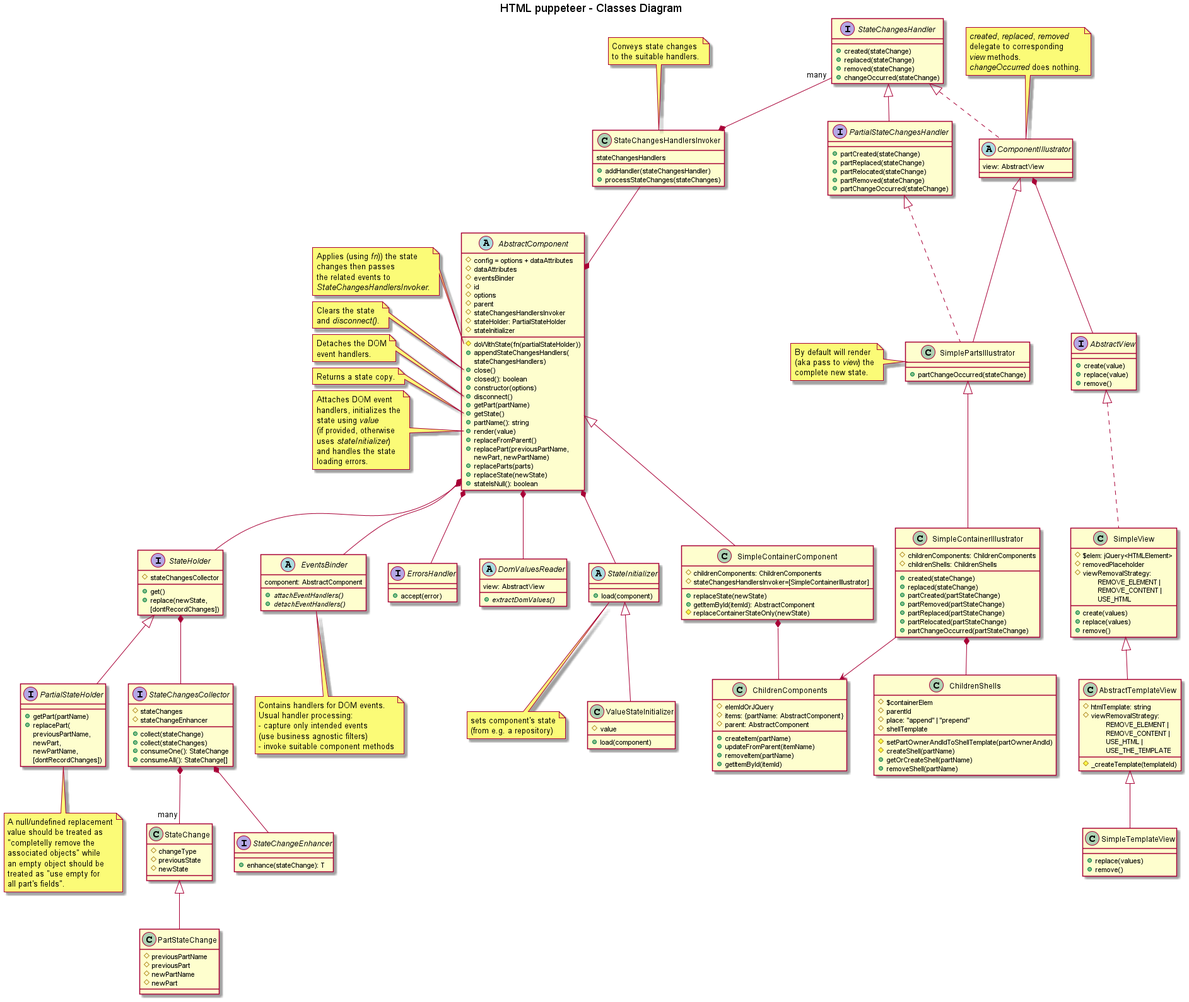
adrhc/html-puppeteer keeps this PlantUML diagram as design/classes-diagram-HTML_puppeteer___Classes_Diagram.png. Above is the earlier version.
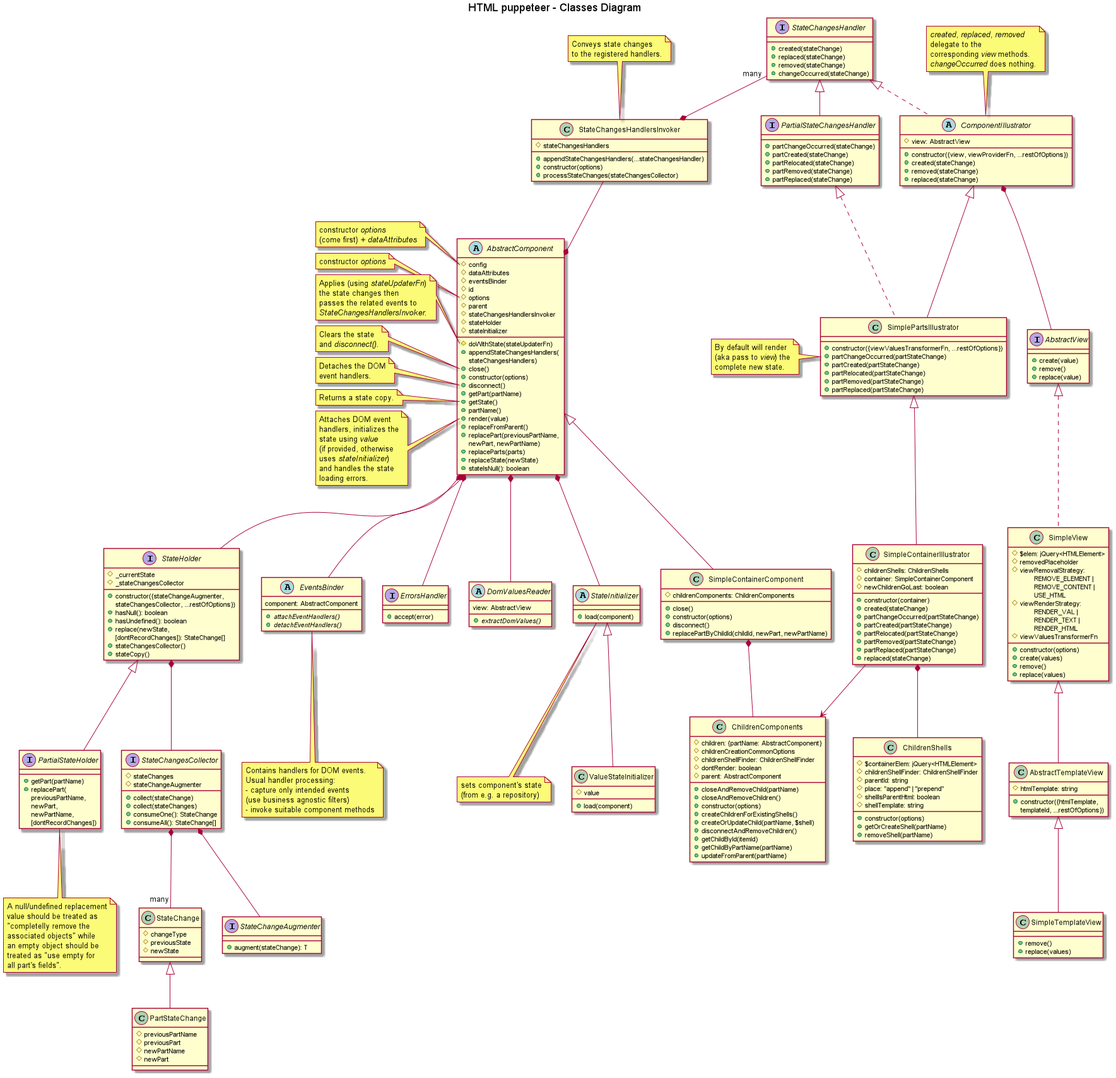
The same diagram one commit later.

The edit, as a diff of the source:
```diff
@@ -3,24 +3,23 @@
 title HTML puppeteer - Classes Diagram
 
 abstract AbstractComponent {
-  #config = options + dataAttributes
+  #config
   #dataAttributes
   #eventsBinder
   #id
   #options
   #parent
   #stateChangesHandlersInvoker
-  #stateHolder: PartialStateHolder
+  #stateHolder
   #stateInitializer
-  #doWithState(fn(partialStateHolder))
+  #doWithState(stateUpdaterFn)
   +appendStateChangesHandlers(\nstateChangesHandlers)
   +close()
-  +closed(): boolean
   +constructor(options)
   +disconnect()
   +getPart(partName)
   +getState()
-  +partName(): string
+  +partName()
   +render(value)
   +replaceFromParent()
   +replacePart(previousPartName, \nnewPart, newPartName)
@@ -33,10 +32,19 @@
 
 
 
+note left of AbstractComponent::config
+constructor <i>options</i>
+(come first) + <i>dataAttributes</i>
+end note
+
+note left of AbstractComponent::options
+constructor <i>options</i>
+end note
+
 note left of AbstractComponent::doWithState
-Applies (using <i>fn</i>)) the state
-changes then passes
-the related events to
+Applies (using <i>stateUpdaterFn</i>)
+the state changes then
+passes the related events to
 <i>StateChangesHandlersInvoker</i>.
 end note
 
@@ -67,40 +75,50 @@
 
 
 class SimpleContainerIllustrator extends SimplePartsIllustrator {
-#childrenComponents: ChildrenComponents
 #childrenShells: ChildrenShells
+#container: SimpleContainerComponent
+#newChildrenGoLast: boolean
++constructor(container)
 +created(stateChange)
-+replaced(stateChange)
++partChangeOccurred(partStateChange)
 +partCreated(partStateChange)
++partRelocated(partStateChange)
 +partRemoved(partStateChange)
 +partReplaced(partStateChange)
-+partRelocated(partStateChange)
-+partChangeOccurred(partStateChange)
++replaced(stateChange)
 }
 
-SimpleContainerIllustrator -down-> ChildrenComponents
-SimpleContainerIllustrator *-down- ChildrenShells
-
 class ChildrenShells {
-#$containerElem
-#parentId
+#$containerElem: jQuery<HTMLElement>
+#childrenShellFinder: ChildrenShellFinder
+#parentId: string
 #place: "append" | "prepend"
-#shellTemplate
-#setPartOwnerAndIdToShellTemplate(partOwnerAndId)
-#createShell(partName)
+#shellIsParentHtml: boolean
+#shellTemplate: string
++constructor(options)
 +getOrCreateShell(partName)
 +removeShell(partName)
 }
 
 class ChildrenComponents {
-#elemIdOrJQuery
-#items: {partName: AbstractComponent}
+#children: {partName: AbstractComponent}
+#childrenCreationCommonOptions
+#childrenShellFinder: ChildrenShellFinder
+#dontRender: boolean
 #parent: AbstractComponent
-+createItem(partName)
-+updateFromParent(itemName)
-+removeItem(partName)
-+getItemById(itemId)
++closeAndRemoveChild(partName)
++closeAndRemoveChildren()
++constructor(options)
++createChildrenForExistingShells()
++createOrUpdateChild(partName, $shell)
++disconnectAndRemoveChildren()
++getChildById(itemId)
++getChildByPartName(partName)
++updateFromParent(partName)
 }
+
+SimpleContainerIllustrator -down-> ChildrenComponents
+SimpleContainerIllustrator *-down- ChildrenShells
 
 abstract EventsBinder {
   component: AbstractComponent
@@ -143,13 +161,13 @@
 #newPart
 }
 
-interface StateChangeEnhancer {
-+enhance(stateChange): T
+interface StateChangeAugmenter {
++augment(stateChange): T
 }
 
 interface StateChangesCollector {
 #stateChanges
-#stateChangeEnhancer
+#stateChangeAugmenter
 +collect(stateChange)
 +collect(stateChanges)
 +consumeOne(): StateChange
@@ -157,9 +175,14 @@
 }
 
 interface StateHolder {
-+get()
-+replace(newState, \n[dontRecordChanges])
-#stateChangesCollector
+#_currentState
+#_stateChangesCollector
++constructor({stateChangeAugmenter,\nstateChangesCollector, ...restOfOptions})
++hasNull(): boolean
++hasUndefined(): boolean
++replace(newState,\n[dontRecordChanges]): StateChange[]
++stateChangesCollector()
++stateCopy()
 }
 
 
@@ -180,10 +203,10 @@
 
 class SimpleContainerComponent extends AbstractComponent {
 #childrenComponents: ChildrenComponents
-#stateChangesHandlersInvoker=[SimpleContainerIllustrator]
-+replaceState(newState)
-+getItemById(itemId): AbstractComponent
-#replaceContainerStateOnly(newState)
++close()
++constructor(options)
++disconnect()
++replacePartByChildId(childId, newPart, newPartName)
 }
 
 SimpleContainerComponent *-down- ChildrenComponents
@@ -194,8 +217,8 @@
 
 interface AbstractView {
 +create(value)
++remove()
 +replace(value)
-+remove()
 }
 
 
@@ -205,32 +228,35 @@
 #$elem: jQuery<HTMLElement>
 #removedPlaceholder
 #viewRemovalStrategy: \n\tREMOVE_ELEMENT |\n\tREMOVE_CONTENT |\n\tUSE_HTML
+#viewRenderStrategy: \n\tRENDER_VAL |\n\tRENDER_TEXT |\n\tRENDER_HTML
+#viewValuesTransformerFn
++constructor(options)
 +create(values)
++remove()
 +replace(values)
-+remove()
 }
 
 class AbstractTemplateView extends SimpleView {
 #htmlTemplate: string
-#viewRemovalStrategy: \n\tREMOVE_ELEMENT |\n\tREMOVE_CONTENT |\n\tUSE_HTML |\n\tUSE_THE_TEMPLATE
-#_createTemplate(templateId)
++constructor({htmlTemplate,\ntemplateId, ...restOfOptions})
 }
 
 class SimpleTemplateView extends AbstractTemplateView {
++remove()
 +replace(values)
-+remove()
 }
 
 class StateChangesHandlersInvoker {
-stateChangesHandlers
-+addHandler(stateChangesHandler)
-+processStateChanges(stateChanges)
+#stateChangesHandlers
++appendStateChangesHandlers(...stateChangesHandler)
++constructor(options)
++processStateChanges(stateChangesCollector)
 }
 
 
 note top of StateChangesHandlersInvoker
 Conveys state changes
-to the suitable handlers.
+to the registered handlers.
 end note
 
 interface StateChangesHandler {
@@ -241,26 +267,35 @@
 }
 
 interface PartialStateChangesHandler extends StateChangesHandler {
++partChangeOccurred(stateChange)
 +partCreated(stateChange)
-+partReplaced(stateChange)
 +partRelocated(stateChange)
 +partRemoved(stateChange)
-+partChangeOccurred(stateChange)
++partReplaced(stateChange)
 }
 
 abstract ComponentIllustrator implements StateChangesHandler {
-view: AbstractView
+#view: AbstractView
++constructor({view, viewProviderFn, ...restOfOptions})
++created(stateChange)
++removed(stateChange)
++replaced(stateChange)
 }
 
 note top of ComponentIllustrator
 <i>created</i>, <i>replaced</i>, <i>removed</i>
-delegate to corresponding
-<i>view</i> methods.
+delegate to the
+corresponding <i>view</i> methods.
 <i>changeOccurred</i> does nothing.
 end note
 
 class SimplePartsIllustrator extends ComponentIllustrator implements PartialStateChangesHandler {
-+partChangeOccurred(stateChange)
++constructor({viewValuesTransformerFn, ...restOfOptions})
++partChangeOccurred(partStateChange)
++partCreated(partStateChange)
++partRelocated(partStateChange)
++partRemoved(partStateChange)
++partReplaced(partStateChange)
 }
 
 note left of SimplePartsIllustrator
@@ -285,6 +320,6 @@
 ComponentIllustrator *-- AbstractView
 StateHolder *-- StateChangesCollector
 StateChangesCollector *-- "many" StateChange
-StateChangesCollector *-- StateChangeEnhancer
+StateChangesCollector *-- StateChangeAugmenter
 
 @enduml
```
